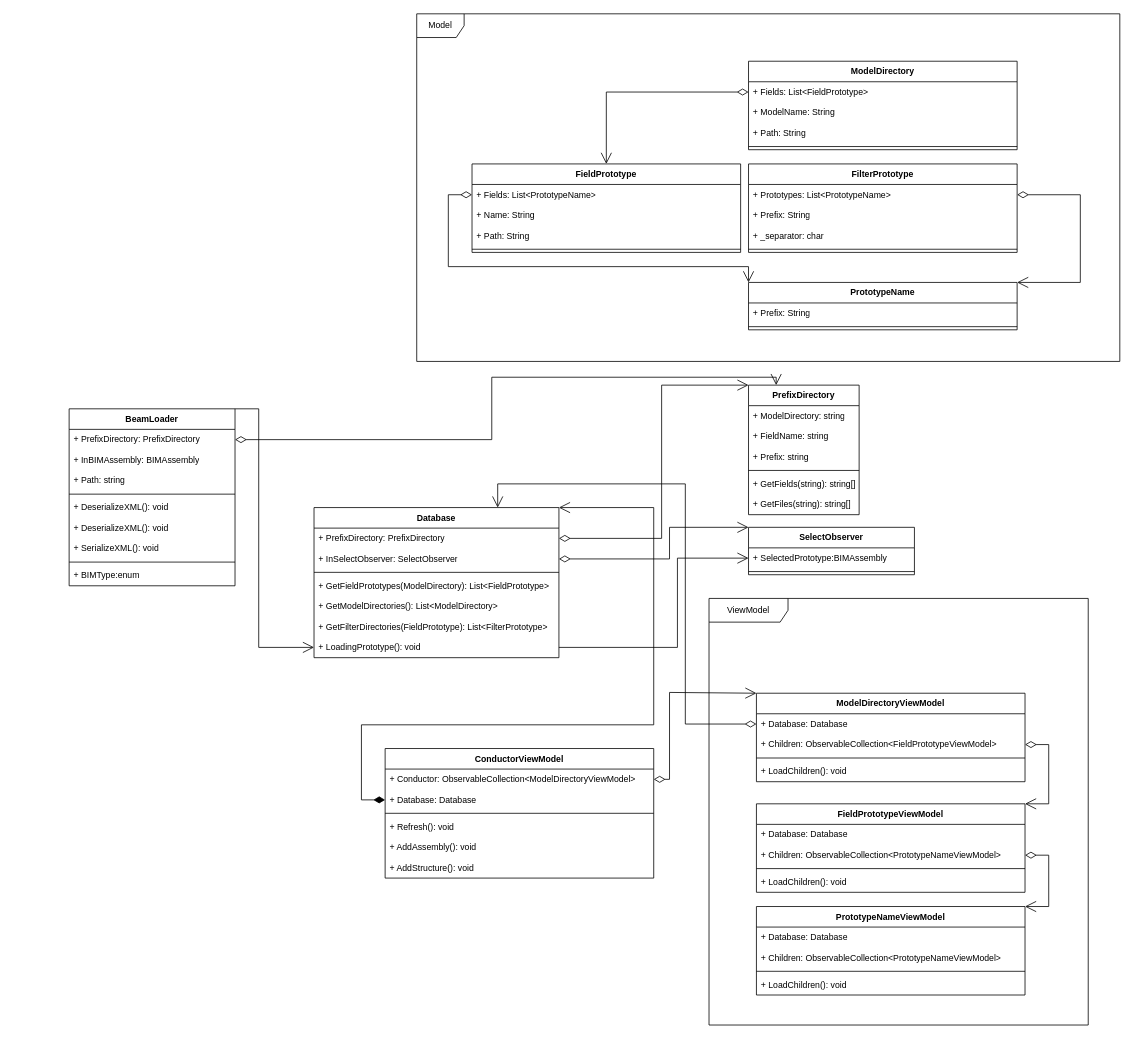
This is page "Conductor" (1 of 3) of Prototype.drawio from AATerekhov/BIM_KJI_Manage, a draw.io file, before an edit. Source tidied: cells renumbered, new cells numbered last; positions are measured from the earlier drawing's top-left corner, leaving out a move shared by most shapes. Both pictures are drawn from the tidied source at 79%, with x=0, y=0 at pixel (69, 13).
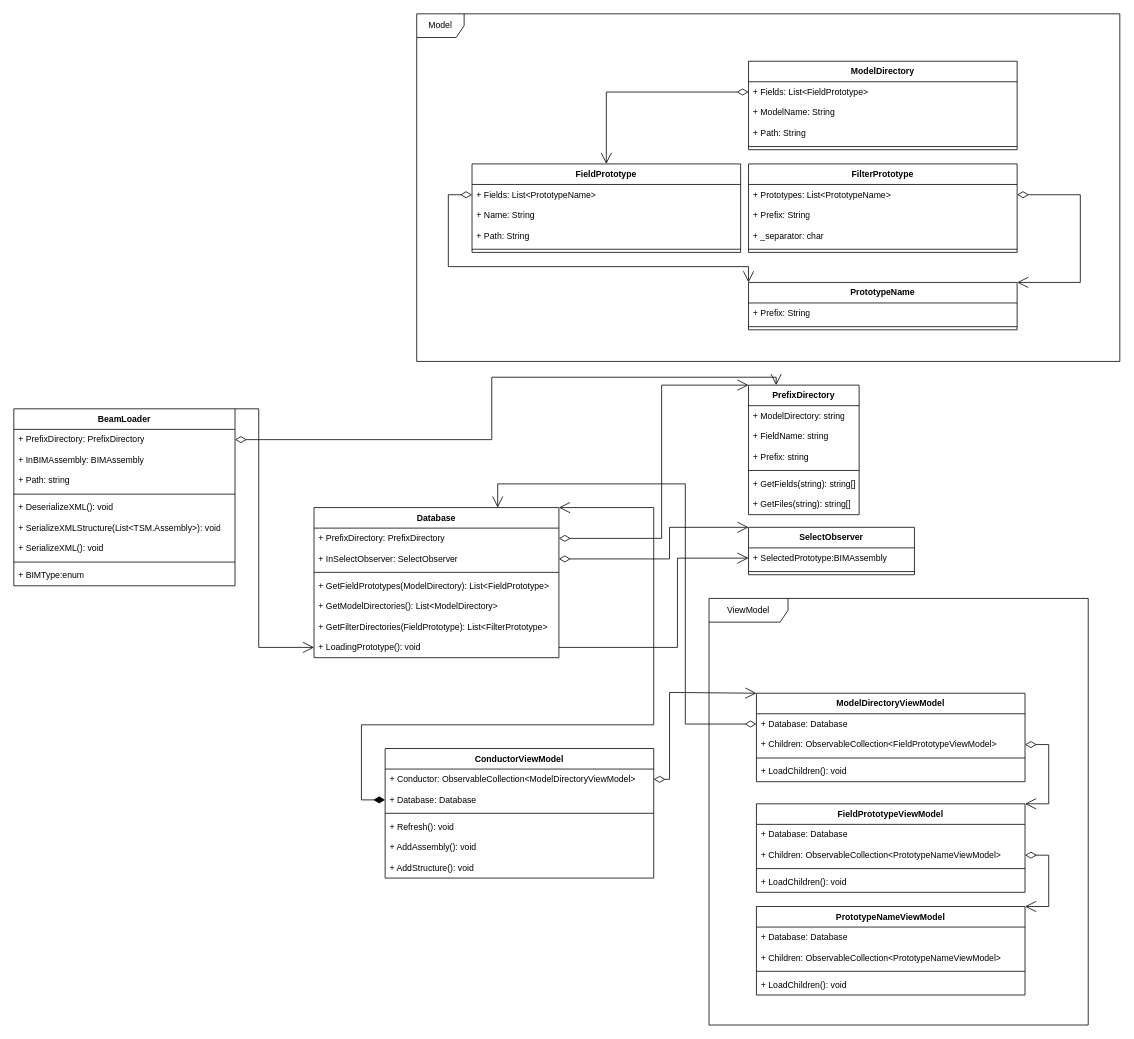
The same diagram, later.

Change to the diagram source:
```diff
@@
     <mxCell id="61" value="BeamLoader" style="swimlane;fontStyle=1;align=center;verticalAlign=top;horizontal=1;startSize=26;whiteSpace=wrap;html=1;fontFamily=Helvetica;fontSize=11;fontColor=default;" parent="1" vertex="1">
-      <mxGeometry y="500" width="210" height="224" as="geometry" />
+      <mxGeometry x="-70" y="500" width="280" height="224" as="geometry" />
     </mxCell>
     <mxCell id="62" value="+ PrefixDirectory: PrefixDirectory" style="text;strokeColor=none;fillColor=none;align=left;verticalAlign=top;spacingLeft=4;spacingRight=4;overflow=hidden;points=[[0,0.5],[1,0.5]];portConstraint=eastwest;whiteSpace=wrap;html=1;fontSize=11;fontFamily=Helvetica;fontColor=default;" parent="61" vertex="1">
-      <mxGeometry y="26" width="210" height="26" as="geometry" />
+      <mxGeometry y="26" width="280" height="26" as="geometry" />
     </mxCell>
     <mxCell id="63" value="+ InBIMAssembly: BIMAssembly" style="text;strokeColor=none;fillColor=none;align=left;verticalAlign=top;spacingLeft=4;spacingRight=4;overflow=hidden;whiteSpace=wrap;html=1;fontSize=11;fontFamily=Helvetica;fontColor=default;" parent="61" vertex="1">
-      <mxGeometry y="52" width="210" height="26" as="geometry" />
+      <mxGeometry y="52" width="280" height="26" as="geometry" />
     </mxCell>
     <mxCell id="64" value="+ Path: string" style="text;strokeColor=none;fillColor=none;align=left;verticalAlign=top;spacingLeft=4;spacingRight=4;overflow=hidden;whiteSpace=wrap;html=1;fontSize=11;fontFamily=Helvetica;fontColor=default;" parent="61" vertex="1">
-      <mxGeometry y="78" width="210" height="26" as="geometry" />
+      <mxGeometry y="78" width="280" height="26" as="geometry" />
     </mxCell>
     <mxCell id="65" style="line;strokeWidth=1;fillColor=none;align=left;verticalAlign=middle;spacingTop=-1;spacingLeft=3;spacingRight=3;labelPosition=right;strokeColor=inherit;fontFamily=Helvetica;fontSize=11;fontColor=default;" parent="61" vertex="1">
-      <mxGeometry y="104" width="210" height="8" as="geometry" />
+      <mxGeometry y="104" width="280" height="8" as="geometry" />
     </mxCell>
     <mxCell id="66" value="+ DeserializeXML(): void" style="text;strokeColor=none;fillColor=none;align=left;verticalAlign=top;spacingLeft=4;spacingRight=4;overflow=hidden;whiteSpace=wrap;html=1;fontSize=11;fontFamily=Helvetica;fontColor=default;" parent="61" vertex="1">
-      <mxGeometry y="112" width="210" height="26" as="geometry" />
+      <mxGeometry y="112" width="280" height="26" as="geometry" />
     </mxCell>
-    <mxCell id="67" value="+ DeserializeXML(): void" style="text;strokeColor=none;fillColor=none;align=left;verticalAlign=top;spacingLeft=4;spacingRight=4;overflow=hidden;whiteSpace=wrap;html=1;fontSize=11;fontFamily=Helvetica;fontColor=default;" parent="61" vertex="1">
-      <mxGeometry y="138" width="210" height="26" as="geometry" />
+    <mxCell id="67" value="+ SerializeXMLStructure(List&amp;lt;TSM.Assembly&amp;gt;): void" style="text;strokeColor=none;fillColor=none;align=left;verticalAlign=top;spacingLeft=4;spacingRight=4;overflow=hidden;whiteSpace=wrap;html=1;fontSize=11;fontFamily=Helvetica;fontColor=default;" parent="61" vertex="1">
+      <mxGeometry y="138" width="280" height="26" as="geometry" />
     </mxCell>
     <mxCell id="68" value="+ SerializeXML(): void" style="text;strokeColor=none;fillColor=none;align=left;verticalAlign=top;spacingLeft=4;spacingRight=4;overflow=hidden;whiteSpace=wrap;html=1;fontSize=11;fontFamily=Helvetica;fontColor=default;" parent="61" vertex="1">
-      <mxGeometry y="164" width="210" height="26" as="geometry" />
+      <mxGeometry y="164" width="280" height="26" as="geometry" />
     </mxCell>
     <mxCell id="69" style="line;strokeWidth=1;fillColor=none;align=left;verticalAlign=middle;spacingTop=-1;spacingLeft=3;spacingRight=3;labelPosition=right;strokeColor=inherit;fontFamily=Helvetica;fontSize=11;fontColor=default;" parent="61" vertex="1">
-      <mxGeometry y="190" width="210" height="8" as="geometry" />
+      <mxGeometry y="190" width="280" height="8" as="geometry" />
     </mxCell>
     <mxCell id="70" value="+ BIMType:enum&amp;nbsp;" style="text;strokeColor=none;fillColor=none;align=left;verticalAlign=top;spacingLeft=4;spacingRight=4;overflow=hidden;whiteSpace=wrap;html=1;fontSize=11;fontFamily=Helvetica;fontColor=default;" parent="61" vertex="1">
-      <mxGeometry y="198" width="210" height="26" as="geometry" />
+      <mxGeometry y="198" width="280" height="26" as="geometry" />
     </mxCell>
```
